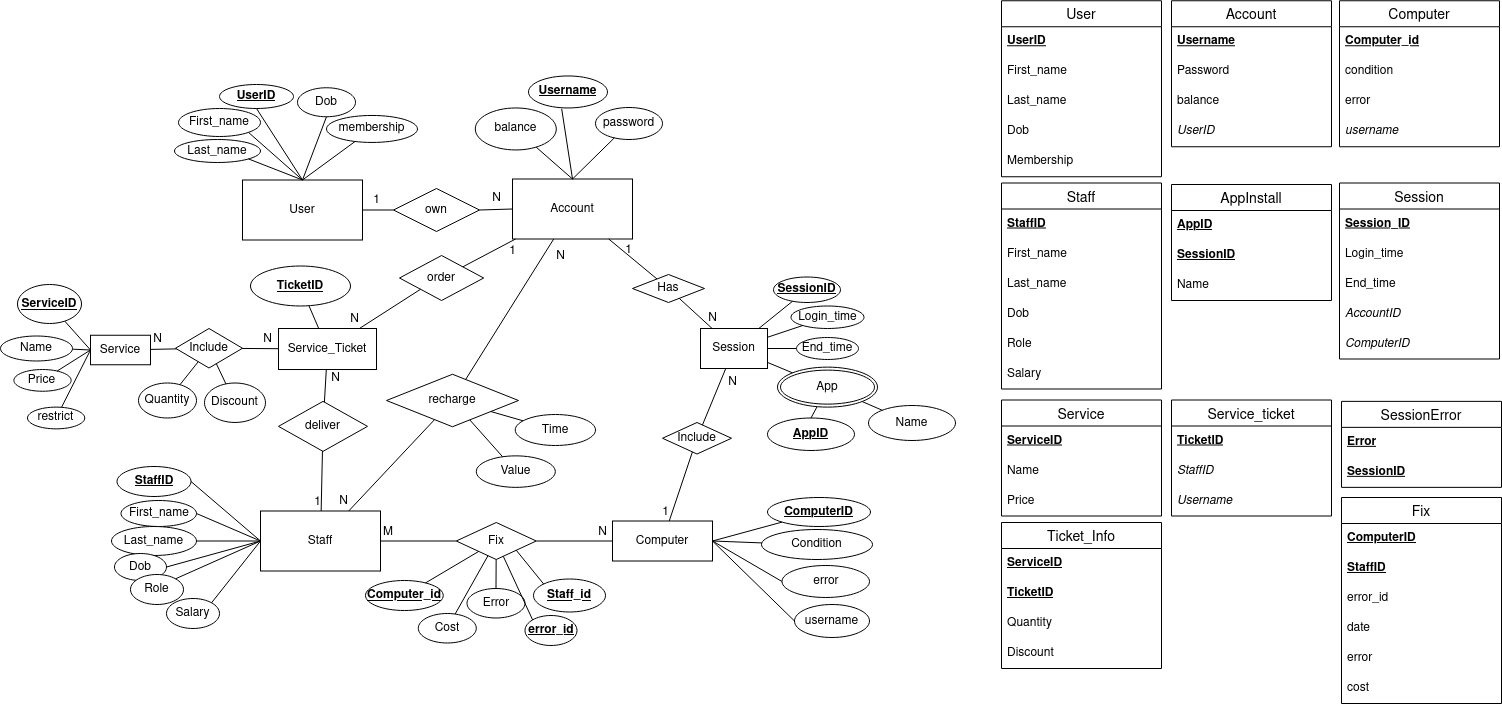
This is ER.drawio.png from Minh-19102/NetManagerProject, a draw.io export, as it was before one commit. Source tidied: cells renumbered, new cells last; positions are measured from the earlier drawing's top-left corner, leaving out a move shared by most shapes.
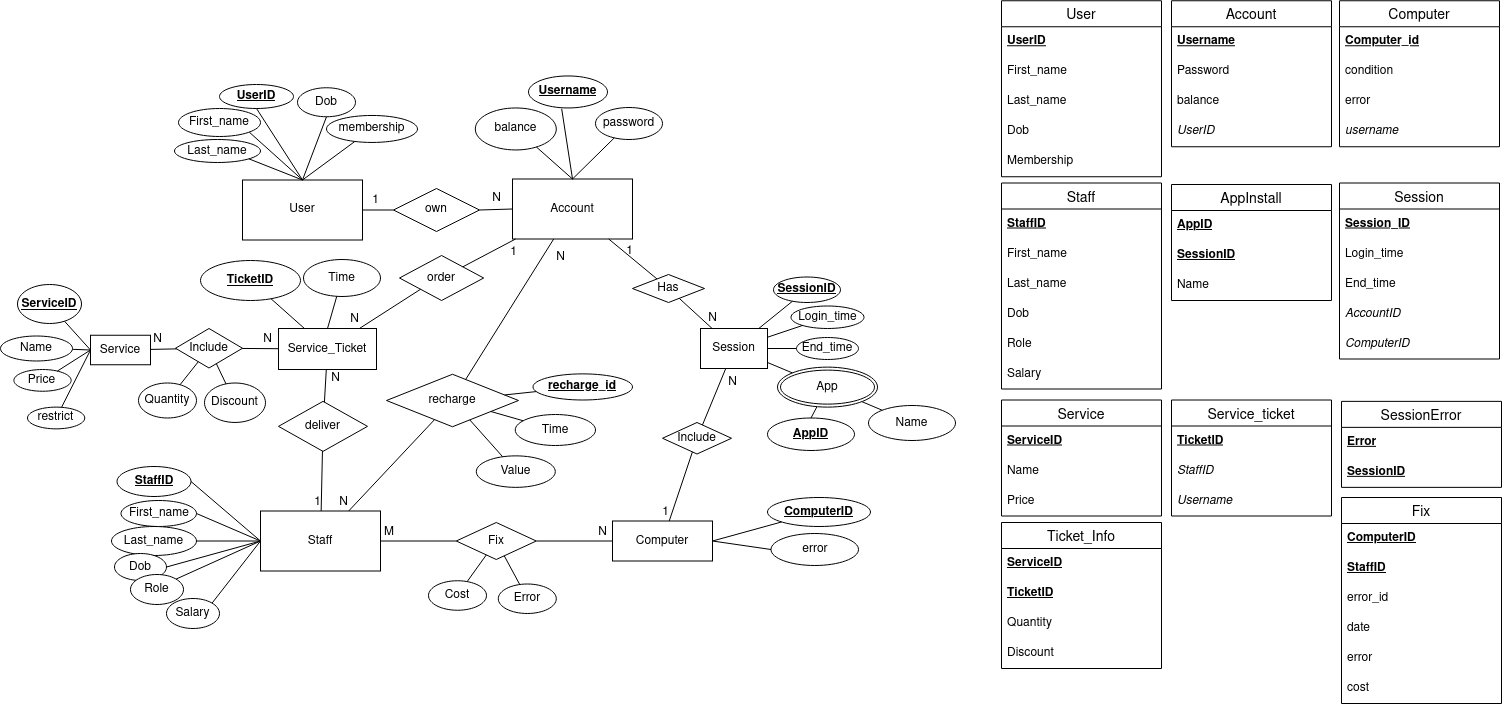
After the change.

Diff of the diagram source:
```diff
@@ -206,12 +206,6 @@
     <mxCell id="69" style="endArrow=none;html=1;rounded=0;entryX=1;entryY=0.5;entryDx=0;entryDy=0;" parent="1" edge="1" source="68" target="94">
       <mxGeometry relative="1" as="geometry" />
     </mxCell>
-    <mxCell id="70" value="Condition" style="ellipse;whiteSpace=wrap;html=1;" parent="1" vertex="1">
-      <mxGeometry x="761" y="529" width="111" height="30" as="geometry" />
-    </mxCell>
-    <mxCell id="71" style="endArrow=none;html=1;rounded=0;exitX=1;exitY=0.5;exitDx=0;exitDy=0;" parent="1" edge="1" source="94" target="70">
-      <mxGeometry relative="1" as="geometry" />
-    </mxCell>
     <mxCell id="72" style="endArrow=none;html=1;rounded=0;exitX=0.5;exitY=0;exitDx=0;exitDy=0;" parent="1" edge="1" source="67" target="92">
       <mxGeometry relative="1" as="geometry" />
     </mxCell>
@@ -225,14 +219,8 @@
       <mxGeometry relative="1" as="geometry" />
     </mxCell>
     <mxCell id="76" value="Cost" style="ellipse;whiteSpace=wrap;html=1;" parent="1" vertex="1">
-      <mxGeometry x="417.8" y="613" width="58" height="29.5" as="geometry" />
+      <mxGeometry x="428" y="580.2" width="58" height="29.5" as="geometry" />
     </mxCell>
-    <mxCell id="77" value="&lt;u&gt;&lt;b&gt;Computer_id&lt;/b&gt;&lt;/u&gt;" style="ellipse;whiteSpace=wrap;html=1;" parent="1" vertex="1">
-      <mxGeometry x="365" y="580" width="77.8" height="30" as="geometry" />
-    </mxCell>
-    <mxCell id="78" style="endArrow=none;html=1;rounded=0;" parent="1" edge="1" source="77" target="74">
-      <mxGeometry relative="1" as="geometry" />
-    </mxCell>
     <mxCell id="79" value="1" style="text;html=1;align=center;verticalAlign=middle;strokeColor=none;fillColor=none;" parent="1" vertex="1">
       <mxGeometry x="367" y="191" width="17" height="18" as="geometry" />
     </mxCell>
@@ -386,7 +374,7 @@
       </mxGeometry>
     </mxCell>
     <mxCell id="125" value="Error" style="ellipse;whiteSpace=wrap;html=1;" parent="1" vertex="1">
-      <mxGeometry x="466.5" y="588" width="58" height="29.5" as="geometry" />
+      <mxGeometry x="497.8" y="583.5" width="58" height="29.5" as="geometry" />
     </mxCell>
     <mxCell id="126" value="Quantity" style="ellipse;whiteSpace=wrap;html=1;align=center;" parent="1" vertex="1">
       <mxGeometry x="138" y="382.5" width="58" height="35" as="geometry" />
@@ -400,8 +388,11 @@
     <mxCell id="129" style="endArrow=none;html=1;rounded=0;" parent="1" edge="1" source="120" target="128">
       <mxGeometry relative="1" as="geometry" />
     </mxCell>
-    <mxCell id="130" style="edgeStyle=orthogonalEdgeStyle;rounded=0;orthogonalLoop=1;jettySize=auto;html=1;exitX=0.5;exitY=1;exitDx=0;exitDy=0;" parent="1" edge="1" source="70" target="70">
-      <mxGeometry relative="1" as="geometry" />
+    <mxCell id="130" style="edgeStyle=orthogonalEdgeStyle;rounded=0;orthogonalLoop=1;jettySize=auto;html=1;exitX=0.5;exitY=1;exitDx=0;exitDy=0;" parent="1" edge="1">
+      <mxGeometry relative="1" as="geometry">
+        <mxPoint x="816.5" y="559" as="sourcePoint" />
+        <mxPoint x="816.5" y="559" as="targetPoint" />
+      </mxGeometry>
     </mxCell>
     <mxCell id="131" style="endArrow=none;html=1;rounded=0;" parent="1" edge="1" source="74" target="125">
       <mxGeometry relative="1" as="geometry" />
@@ -471,7 +462,7 @@
       <mxGeometry y="116" width="160" height="30" as="geometry" />
     </mxCell>
     <mxCell id="152" value="&lt;span&gt;&lt;b&gt;TicketID&lt;/b&gt;&lt;/span&gt;" style="ellipse;whiteSpace=wrap;html=1;align=center;fontStyle=4;" parent="1" vertex="1">
-      <mxGeometry x="250" y="265.5" width="100" height="40" as="geometry" />
+      <mxGeometry x="200" y="260" width="100" height="40" as="geometry" />
     </mxCell>
     <mxCell id="153" style="endArrow=none;html=1;rounded=0;" parent="1" edge="1" source="152" target="22">
       <mxGeometry relative="1" as="geometry" />
@@ -523,30 +514,12 @@
     <mxCell id="168" style="endArrow=none;html=1;rounded=0;entryX=0;entryY=0.5;entryDx=0;entryDy=0;" parent="1" edge="1" source="167" target="105">
       <mxGeometry relative="1" as="geometry" />
     </mxCell>
-    <mxCell id="169" value="&lt;b&gt;&lt;u&gt;error_id&lt;/u&gt;&lt;/b&gt;" style="ellipse;whiteSpace=wrap;html=1;" parent="1" vertex="1">
-      <mxGeometry x="524.5" y="615" width="52" height="30" as="geometry" />
-    </mxCell>
-    <mxCell id="170" style="endArrow=none;html=1;rounded=0;exitX=0;exitY=0;exitDx=0;exitDy=0;" parent="1" edge="1" source="169" target="74">
-      <mxGeometry relative="1" as="geometry" />
-    </mxCell>
-    <mxCell id="171" value="&lt;u&gt;&lt;b&gt;Staff_id&lt;/b&gt;&lt;/u&gt;" style="ellipse;whiteSpace=wrap;html=1;" parent="1" vertex="1">
-      <mxGeometry x="533" y="578.5" width="72" height="33" as="geometry" />
-    </mxCell>
-    <mxCell id="172" style="endArrow=none;html=1;rounded=0;exitX=0;exitY=0;exitDx=0;exitDy=0;entryX=1;entryY=1;entryDx=0;entryDy=0;" parent="1" edge="1" source="171" target="74">
-      <mxGeometry relative="1" as="geometry" />
-    </mxCell>
     <mxCell id="173" value="error" style="ellipse;whiteSpace=wrap;html=1;" parent="1" vertex="1">
-      <mxGeometry x="781.5" y="565" width="87.5" height="32" as="geometry" />
+      <mxGeometry x="770.5" y="533" width="87.5" height="32" as="geometry" />
     </mxCell>
     <mxCell id="174" style="endArrow=none;html=1;rounded=0;exitX=0;exitY=0.5;exitDx=0;exitDy=0;entryX=1;entryY=0.5;entryDx=0;entryDy=0;" parent="1" edge="1" source="173" target="94">
       <mxGeometry relative="1" as="geometry" />
     </mxCell>
-    <mxCell id="175" value="username" style="ellipse;whiteSpace=wrap;html=1;" parent="1" vertex="1">
-      <mxGeometry x="794" y="604" width="75" height="33" as="geometry" />
-    </mxCell>
-    <mxCell id="176" style="endArrow=none;html=1;rounded=0;exitX=1;exitY=0.5;exitDx=0;exitDy=0;entryX=0;entryY=0.5;entryDx=0;entryDy=0;" parent="1" edge="1" source="94" target="175">
-      <mxGeometry relative="1" as="geometry" />
-    </mxCell>
     <mxCell id="177" value="Computer" style="swimlane;fontStyle=0;horizontal=1;startSize=26;align=center;fontSize=14;" parent="1" vertex="1">
       <mxGeometry x="1339" y="0.2" width="160" height="146" as="geometry" />
     </mxCell>
@@ -562,5 +535,17 @@
     <mxCell id="181" value="username&#10;" style="text;strokeColor=none;fillColor=none;spacingLeft=4;spacingRight=4;overflow=hidden;fontSize=12;fontStyle=2;" parent="177" vertex="1">
       <mxGeometry y="116" width="160" height="30" as="geometry" />
     </mxCell>
+    <mxCell id="182" value="recharge_id" style="ellipse;whiteSpace=wrap;html=1;fontStyle=5;" parent="1" vertex="1">
+      <mxGeometry x="532.5" y="373.4" width="99.5" height="26.1" as="geometry" />
+    </mxCell>
+    <mxCell id="183" style="endArrow=none;html=1;rounded=0;" parent="1" edge="1" source="158" target="182">
+      <mxGeometry relative="1" as="geometry" />
+    </mxCell>
+    <mxCell id="184" value="Time" style="ellipse;whiteSpace=wrap;html=1;" parent="1" vertex="1">
+      <mxGeometry x="303" y="259" width="77" height="37" as="geometry" />
+    </mxCell>
+    <mxCell id="185" style="endArrow=none;html=1;rounded=0;entryX=0.5;entryY=0;entryDx=0;entryDy=0;" parent="1" edge="1" source="184" target="22">
+      <mxGeometry relative="1" as="geometry" />
+    </mxCell>
   </root>
 </mxGraphModel>
```
